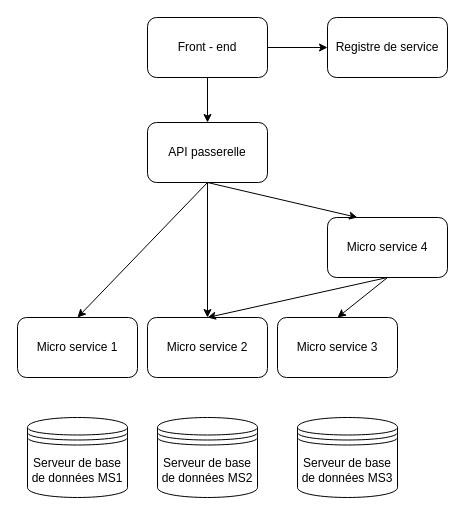
The draw.io diagram architecture microservices.drawio in cjour/audit_logistics, before the edit. Source tidied: cells renumbered, new cells numbered last; positions are measured from the earlier drawing's top-left corner, leaving out a move shared by most shapes. Both pictures are drawn from the tidied source at 100%, with x=0, y=0 at pixel (17, 17).
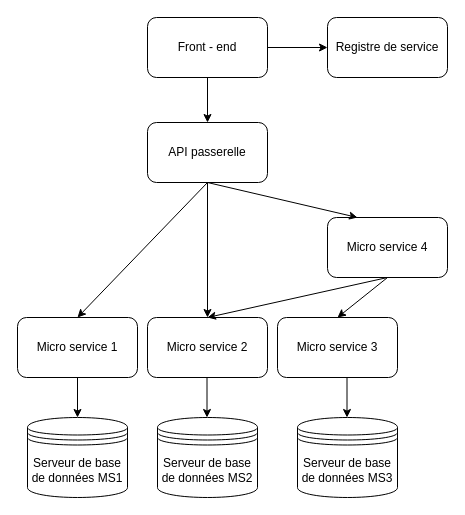
After the change.

Unchanged cells that the change refers to:
```xml
<mxCell id="6" value="Micro service 1" style="rounded=1;whiteSpace=wrap;html=1;" parent="1" vertex="1">
  <mxGeometry y="300" width="120" height="60" as="geometry" />
</mxCell>
<mxCell id="13" value="Serveur de base de données MS1" style="shape=datastore;whiteSpace=wrap;html=1;" parent="1" vertex="1">
  <mxGeometry x="10" y="400" width="100" height="80" as="geometry" />
</mxCell>
```

Diff of the diagram source:
```diff
@@
+    <mxCell id="19" style="endArrow=classic;html=1;rounded=0;entryX=0.5;entryY=0;entryDx=0;entryDy=0;exitX=0.5;exitY=1;exitDx=0;exitDy=0;" parent="1" edge="1" source="6" target="13">
+      <mxGeometry relative="1" as="geometry" />
+    </mxCell>
+    <mxCell id="20" style="endArrow=classic;html=1;rounded=0;entryX=0.5;entryY=0;entryDx=0;entryDy=0;exitX=0.5;exitY=1;exitDx=0;exitDy=0;" parent="1" edge="1">
+      <mxGeometry relative="1" as="geometry">
+        <mxPoint x="189.5" y="360" as="sourcePoint" />
+        <mxPoint x="189.5" y="400" as="targetPoint" />
+      </mxGeometry>
+    </mxCell>
+    <mxCell id="21" style="endArrow=classic;html=1;rounded=0;entryX=0.5;entryY=0;entryDx=0;entryDy=0;exitX=0.5;exitY=1;exitDx=0;exitDy=0;" parent="1" edge="1">
+      <mxGeometry relative="1" as="geometry">
+        <mxPoint x="329.5" y="360" as="sourcePoint" />
+        <mxPoint x="329.5" y="400" as="targetPoint" />
+      </mxGeometry>
+    </mxCell>
```
